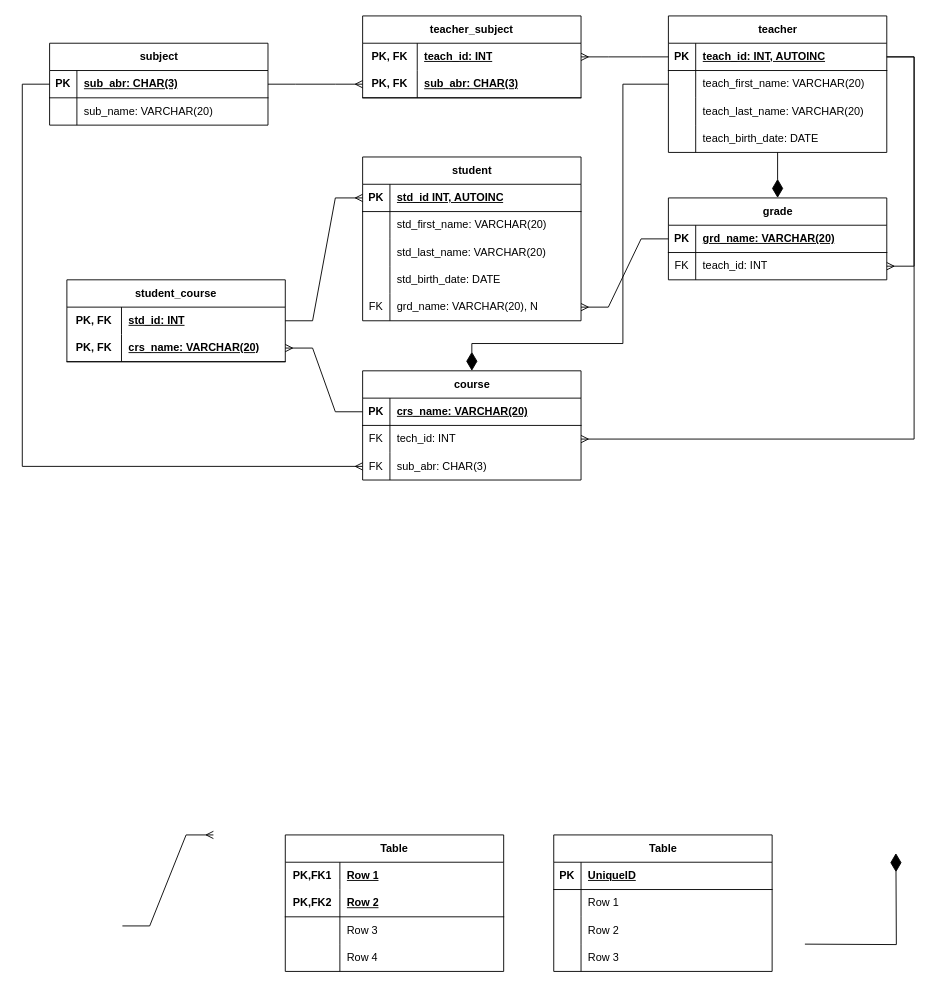
The draw.io diagram page "Page-1" (1 of 2) of drafts/rel.drawio in elma1989/teach, before the edit. Source tidied: cells renumbered, new cells numbered last; positions are measured from the earlier drawing's top-left corner, leaving out a move shared by most shapes. Both pictures are drawn from the tidied source at 91%, with x=0, y=0 at pixel (22, 15).
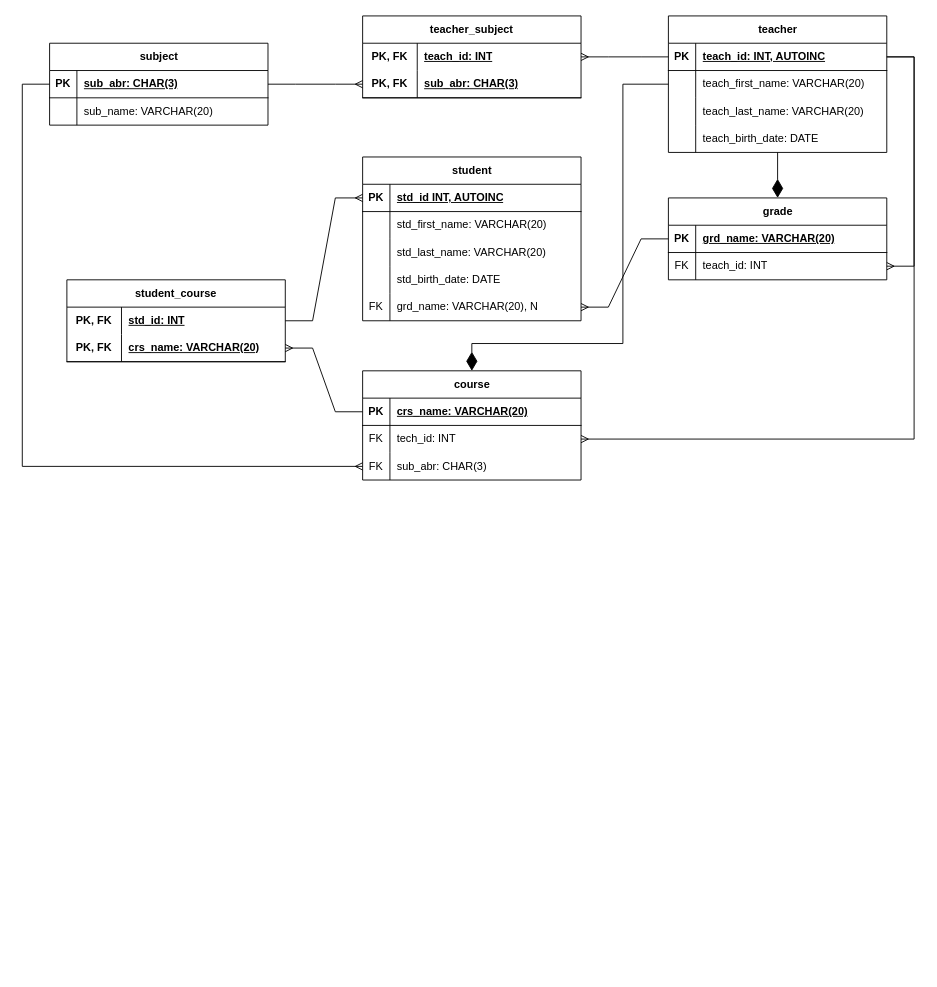
Above is the later version.

Commit message:
Update rel.drawio: Removed Templates Page-1

What changed in the source:
```diff
@@
-    <mxCell id="2" value="Table" style="shape=table;startSize=30;childLayout=tableLayout;rowLines=0;fontStyle=1;align=center;html=1;" parent="1" vertex="1">
-      <mxGeometry x="584" y="900" width="240" height="150" as="geometry" />
-    </mxCell>
-    <mxCell id="3" style="shape=tableRow;horizontal=0;startSize=0;swimlaneHead=0;swimlaneBody=0;fillColor=none;top=0;left=0;right=0;bottom=1;" parent="2" vertex="1">
-      <mxGeometry y="30" width="240" height="30" as="geometry" />
-    </mxCell>
-    <mxCell id="4" value="PK" style="shape=partialRectangle;fillColor=none;top=0;left=0;bottom=0;right=0;fontStyle=1;overflow=hidden;whiteSpace=wrap;html=1;" parent="3" vertex="1">
-      <mxGeometry width="30" height="30" as="geometry" />
-    </mxCell>
-    <mxCell id="5" value="UniqueID" style="shape=partialRectangle;fillColor=none;top=0;left=0;bottom=0;right=0;align=left;spacingLeft=6;fontStyle=5;overflow=hidden;whiteSpace=wrap;html=1;" parent="3" vertex="1">
-      <mxGeometry x="30" width="210" height="30" as="geometry" />
-    </mxCell>
-    <mxCell id="6" style="shape=tableRow;horizontal=0;startSize=0;swimlaneHead=0;swimlaneBody=0;fillColor=none;top=0;left=0;right=0;bottom=0;" parent="2" vertex="1">
-      <mxGeometry y="60" width="240" height="30" as="geometry" />
-    </mxCell>
-    <mxCell id="7" style="shape=partialRectangle;fillColor=none;top=0;left=0;bottom=0;right=0;overflow=hidden;whiteSpace=wrap;html=1;" parent="6" vertex="1">
-      <mxGeometry width="30" height="30" as="geometry" />
-    </mxCell>
-    <mxCell id="8" value="Row 1" style="shape=partialRectangle;fillColor=none;top=0;left=0;bottom=0;right=0;align=left;spacingLeft=6;overflow=hidden;whiteSpace=wrap;html=1;" parent="6" vertex="1">
-      <mxGeometry x="30" width="210" height="30" as="geometry" />
-    </mxCell>
-    <mxCell id="9" style="shape=tableRow;horizontal=0;startSize=0;swimlaneHead=0;swimlaneBody=0;fillColor=none;top=0;left=0;right=0;bottom=0;" parent="2" vertex="1">
-      <mxGeometry y="90" width="240" height="30" as="geometry" />
-    </mxCell>
-    <mxCell id="10" style="shape=partialRectangle;fillColor=none;top=0;left=0;bottom=0;right=0;overflow=hidden;whiteSpace=wrap;html=1;" parent="9" vertex="1">
-      <mxGeometry width="30" height="30" as="geometry" />
-    </mxCell>
-    <mxCell id="11" value="Row 2" style="shape=partialRectangle;fillColor=none;top=0;left=0;bottom=0;right=0;align=left;spacingLeft=6;overflow=hidden;whiteSpace=wrap;html=1;" parent="9" vertex="1">
-      <mxGeometry x="30" width="210" height="30" as="geometry" />
-    </mxCell>
-    <mxCell id="12" style="shape=tableRow;horizontal=0;startSize=0;swimlaneHead=0;swimlaneBody=0;fillColor=none;top=0;left=0;right=0;bottom=0;" parent="2" vertex="1">
-      <mxGeometry y="120" width="240" height="30" as="geometry" />
-    </mxCell>
-    <mxCell id="13" style="shape=partialRectangle;fillColor=none;top=0;left=0;bottom=0;right=0;overflow=hidden;whiteSpace=wrap;html=1;" parent="12" vertex="1">
-      <mxGeometry width="30" height="30" as="geometry" />
-    </mxCell>
-    <mxCell id="14" value="Row 3" style="shape=partialRectangle;fillColor=none;top=0;left=0;bottom=0;right=0;align=left;spacingLeft=6;overflow=hidden;whiteSpace=wrap;html=1;" parent="12" vertex="1">
-      <mxGeometry x="30" width="210" height="30" as="geometry" />
-    </mxCell>
@@
-    <mxCell id="35" value="Table" style="shape=table;startSize=30;childLayout=tableLayout;rowLines=0;fontStyle=1;align=center;html=1;whiteSpace=wrap;" parent="1" vertex="1">
-      <mxGeometry x="289" y="900" width="240" height="150" as="geometry" />
-    </mxCell>
-    <mxCell id="36" style="shape=tableRow;horizontal=0;startSize=0;swimlaneHead=0;swimlaneBody=0;fillColor=none;top=0;left=0;right=0;bottom=0;html=1;" parent="35" vertex="1">
-      <mxGeometry y="30" width="240" height="30" as="geometry" />
-    </mxCell>
-    <mxCell id="37" value="PK,FK1" style="shape=partialRectangle;fillColor=none;top=0;left=0;bottom=0;right=0;fontStyle=1;overflow=hidden;html=1;whiteSpace=wrap;" parent="36" vertex="1">
-      <mxGeometry width="60" height="30" as="geometry" />
-    </mxCell>
-    <mxCell id="38" value="Row 1" style="shape=partialRectangle;fillColor=none;top=0;left=0;bottom=0;right=0;align=left;spacingLeft=6;fontStyle=5;overflow=hidden;html=1;whiteSpace=wrap;" parent="36" vertex="1">
-      <mxGeometry x="60" width="180" height="30" as="geometry" />
-    </mxCell>
-    <mxCell id="39" style="shape=tableRow;horizontal=0;startSize=0;swimlaneHead=0;swimlaneBody=0;fillColor=none;top=0;left=0;right=0;bottom=1;html=1;" parent="35" vertex="1">
-      <mxGeometry y="60" width="240" height="30" as="geometry" />
-    </mxCell>
-    <mxCell id="40" value="PK,FK2" style="shape=partialRectangle;fillColor=none;top=0;left=0;bottom=0;right=0;fontStyle=1;overflow=hidden;html=1;whiteSpace=wrap;" parent="39" vertex="1">
-      <mxGeometry width="60" height="30" as="geometry" />
-    </mxCell>
-    <mxCell id="41" value="Row 2" style="shape=partialRectangle;fillColor=none;top=0;left=0;bottom=0;right=0;align=left;spacingLeft=6;fontStyle=5;overflow=hidden;html=1;whiteSpace=wrap;" parent="39" vertex="1">
-      <mxGeometry x="60" width="180" height="30" as="geometry" />
-    </mxCell>
-    <mxCell id="42" style="shape=tableRow;horizontal=0;startSize=0;swimlaneHead=0;swimlaneBody=0;fillColor=none;top=0;left=0;right=0;bottom=0;html=1;" parent="35" vertex="1">
-      <mxGeometry y="90" width="240" height="30" as="geometry" />
-    </mxCell>
-    <mxCell id="43" style="shape=partialRectangle;fillColor=none;top=0;left=0;bottom=0;right=0;overflow=hidden;html=1;whiteSpace=wrap;" parent="42" vertex="1">
-      <mxGeometry width="60" height="30" as="geometry" />
-    </mxCell>
-    <mxCell id="44" value="Row 3" style="shape=partialRectangle;fillColor=none;top=0;left=0;bottom=0;right=0;align=left;spacingLeft=6;overflow=hidden;html=1;whiteSpace=wrap;" parent="42" vertex="1">
-      <mxGeometry x="60" width="180" height="30" as="geometry" />
-    </mxCell>
-    <mxCell id="45" style="shape=tableRow;horizontal=0;startSize=0;swimlaneHead=0;swimlaneBody=0;fillColor=none;top=0;left=0;right=0;bottom=0;html=1;" parent="35" vertex="1">
-      <mxGeometry y="120" width="240" height="30" as="geometry" />
-    </mxCell>
-    <mxCell id="46" style="shape=partialRectangle;fillColor=none;top=0;left=0;bottom=0;right=0;overflow=hidden;html=1;whiteSpace=wrap;" parent="45" vertex="1">
-      <mxGeometry width="60" height="30" as="geometry" />
-    </mxCell>
-    <mxCell id="47" value="Row 4" style="shape=partialRectangle;fillColor=none;top=0;left=0;bottom=0;right=0;align=left;spacingLeft=6;overflow=hidden;html=1;whiteSpace=wrap;" parent="45" vertex="1">
-      <mxGeometry x="60" width="180" height="30" as="geometry" />
-    </mxCell>
@@
-    <mxCell id="57" style="edgeStyle=entityRelationEdgeStyle;fontSize=12;html=1;endArrow=ERmany;rounded=0;" parent="1" edge="1">
-      <mxGeometry relative="1" as="geometry">
-        <mxPoint x="110" y="1000" as="sourcePoint" />
-        <mxPoint x="210" y="900" as="targetPoint" />
-        <Array as="points">
-          <mxPoint x="191" y="890" />
-        </Array>
-      </mxGeometry>
-    </mxCell>
@@
-    <mxCell id="66" style="edgeStyle=orthogonalEdgeStyle;fontSize=12;html=1;endArrow=diamondThin;rounded=0;endFill=1;endSize=18;startSize=6;jumpSize=6;targetPerimeterSpacing=0;strokeColor=light-dark(#000000,#0000FF);" parent="1" edge="1">
-      <mxGeometry relative="1" as="geometry">
-        <mxPoint x="860" y="1020" as="sourcePoint" />
-        <mxPoint x="960" y="920" as="targetPoint" />
-      </mxGeometry>
-    </mxCell>
```
